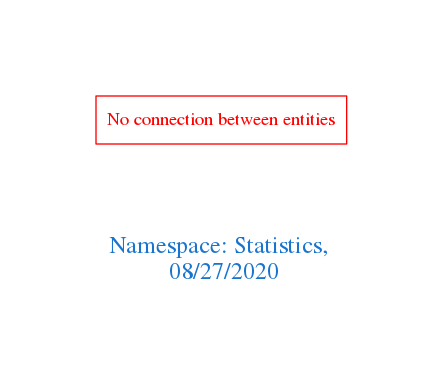
The Graphviz diagram downloads/Statistics.png in arago/OGIT, before a commit. Its source is kept beside it as downloads/Statistics.dot.
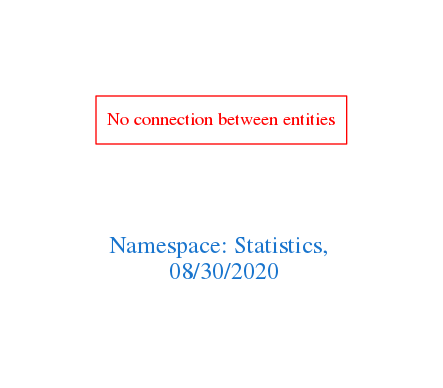
The same diagram one commit later.

Diff of the diagram source:
```diff
@@ -1,7 +1,7 @@
 digraph OGIT_ontology {
  graph [ rankdir= LR,pad=1
 fontsize = 18,
-fontcolor= dodgerblue3,label = "\n\n\nNamespace: Statistics, \n 08/27/2020"];
+fontcolor= dodgerblue3,label = "\n\n\nNamespace: Statistics, \n 08/30/2020"];
 node[shape=polygon];
 edge [  color="gray81"];
 
```
